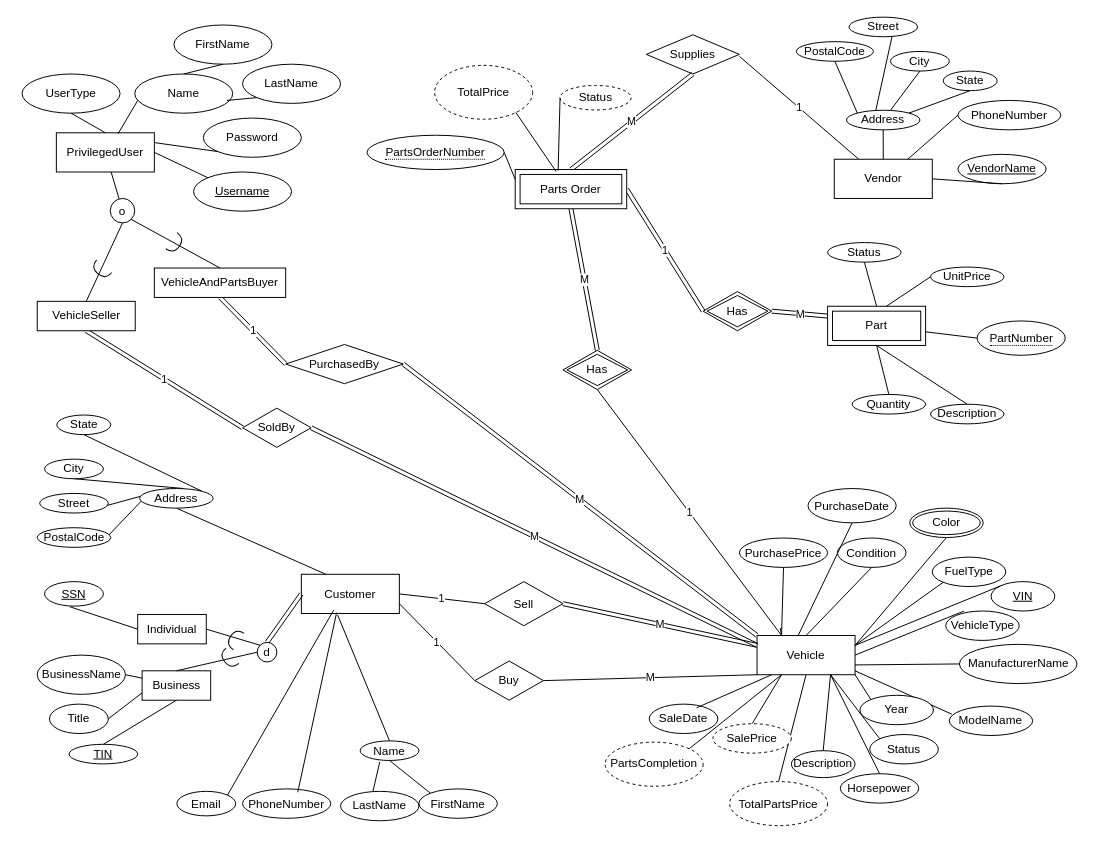
Before: Phase_1/team006_p1_eer.drawio in rkang427/autodb, a draw.io diagram. Source tidied: cells renumbered, new cells numbered last; positions are measured from the earlier drawing's top-left corner, leaving out a move shared by most shapes. Both pictures are drawn from the tidied source at 98%, with x=0, y=0 at pixel (22, 17).
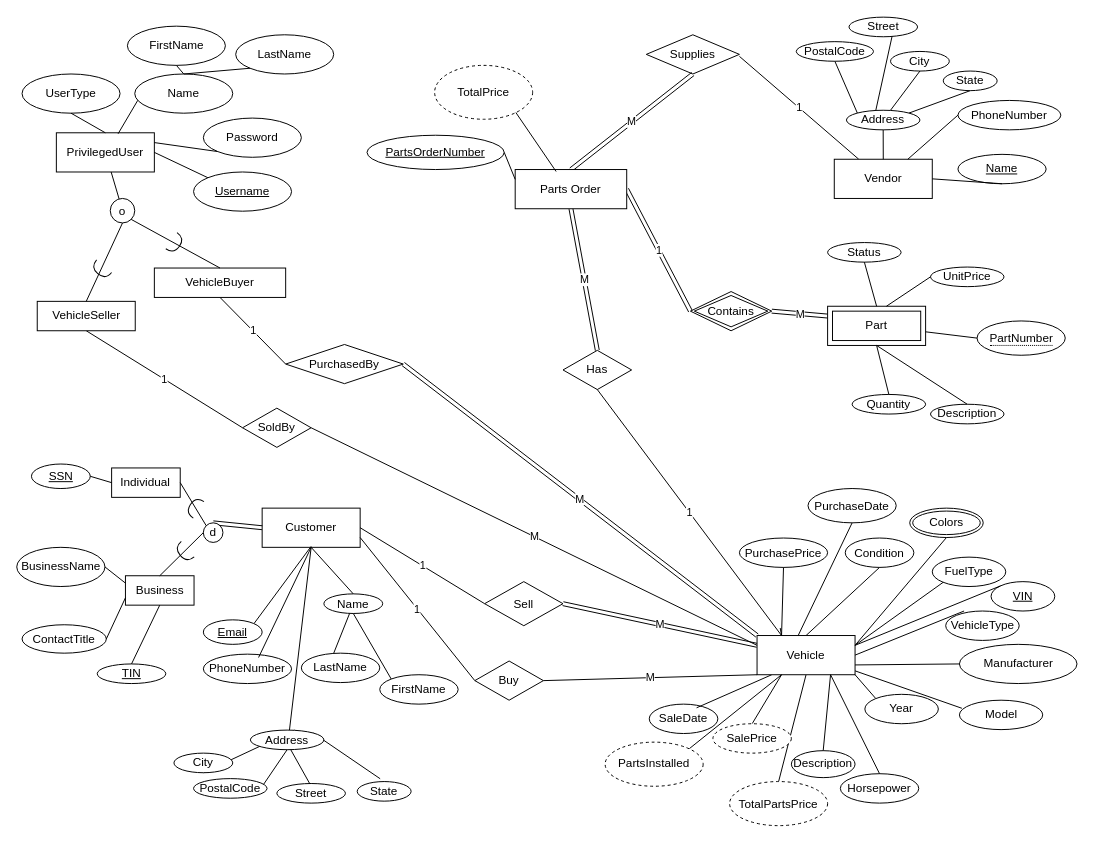
The same page after the edit.

Commit message (it also covers changes not shown here):
changes from team review at meeting

The change refers to these unchanged cells:
```xml
<mxCell id="41" value="Vehicle" style="whiteSpace=wrap;html=1;align=center;" parent="1" vertex="1">
  <mxGeometry x="750" y="631" width="100" height="40" as="geometry" />
</mxCell>
<mxCell id="77" value="SoldBy" style="shape=rhombus;perimeter=rhombusPerimeter;whiteSpace=wrap;html=1;align=center;" parent="1" vertex="1">
  <mxGeometry x="225" y="399" width="70" height="40" as="geometry" />
</mxCell>
<mxCell id="78" value="PurchasedBy" style="shape=rhombus;perimeter=rhombusPerimeter;whiteSpace=wrap;html=1;align=center;" parent="1" vertex="1">
  <mxGeometry x="269" y="334" width="120" height="40" as="geometry" />
</mxCell>
<mxCell id="81" value="VehicleSeller" style="whiteSpace=wrap;html=1;" parent="1" vertex="1">
  <mxGeometry x="15.5" y="290" width="100" height="30" as="geometry" />
</mxCell>
<mxCell id="98" value="Name" style="ellipse;whiteSpace=wrap;html=1;align=center;" parent="1" vertex="1">
  <mxGeometry x="115" y="58" width="100" height="40" as="geometry" />
</mxCell>
<mxCell id="119" style="group;" parent="1" vertex="1">
  <mxGeometry x="725" width="335" height="185" as="geometry" />
</mxCell>
```

Change to the diagram source:
```diff
@@
-    <mxCell id="2" style="endArrow=none;html=1;rounded=0;exitX=0;exitY=0;exitDx=0;exitDy=0;entryX=0.75;entryY=1;entryDx=0;entryDy=0;" parent="1" edge="1" source="72" target="41">
-      <mxGeometry relative="1" as="geometry" />
-    </mxCell>
@@
-    <mxCell id="5" style="endArrow=none;html=1;rounded=0;exitX=0.4;exitY=0;exitDx=0;exitDy=0;entryX=0.63;entryY=0.95;entryDx=0;entryDy=0;entryPerimeter=0;exitPerimeter=0;" parent="1" edge="1" source="36" target="37">
-      <mxGeometry relative="1" as="geometry" />
-    </mxCell>
-    <mxCell id="6" style="endArrow=none;html=1;rounded=0;exitX=0.5;exitY=1;exitDx=0;exitDy=0;entryX=0.6;entryY=0;entryDx=0;entryDy=0;entryPerimeter=0;" parent="1" edge="1" source="38" target="36">
-      <mxGeometry relative="1" as="geometry" />
-    </mxCell>
-    <mxCell id="7" style="endArrow=none;html=1;rounded=0;exitX=0.5;exitY=1;exitDx=0;exitDy=0;entryX=1;entryY=0;entryDx=0;entryDy=0;" parent="1" edge="1" source="39" target="36">
-      <mxGeometry relative="1" as="geometry" />
-    </mxCell>
-    <mxCell id="8" style="endArrow=none;html=1;rounded=0;exitX=0;exitY=0;exitDx=0;exitDy=0;entryX=1;entryY=1;entryDx=0;entryDy=0;" parent="1" edge="1" source="36" target="40">
-      <mxGeometry relative="1" as="geometry" />
-    </mxCell>
@@
     <mxCell id="10" value="Customer" style="whiteSpace=wrap;html=1;align=center;" parent="1" vertex="1">
-      <mxGeometry x="285" y="568.5" width="100" height="40" as="geometry" />
+      <mxGeometry x="245" y="501" width="100" height="40" as="geometry" />
     </mxCell>
-    <mxCell id="11" style="endArrow=none;html=1;rounded=0;exitX=0.25;exitY=0;exitDx=0;exitDy=0;entryX=0.5;entryY=1;entryDx=0;entryDy=0;" parent="1" edge="1" source="10" target="36">
-      <mxGeometry relative="1" as="geometry" />
-    </mxCell>
-    <mxCell id="12" value="Email" style="ellipse;whiteSpace=wrap;html=1;align=center;" parent="1" vertex="1">
-      <mxGeometry x="158" y="790" width="60" height="25" as="geometry" />
+    <mxCell id="12" value="&lt;u&gt;Email&lt;/u&gt;" style="ellipse;whiteSpace=wrap;html=1;align=center;" parent="1" vertex="1">
+      <mxGeometry x="185" y="615" width="60" height="25" as="geometry" />
     </mxCell>
-    <mxCell id="13" style="endArrow=none;html=1;rounded=0;entryX=1;entryY=0;entryDx=0;entryDy=0;exitX=0.33;exitY=0.913;exitDx=0;exitDy=0;exitPerimeter=0;" parent="1" edge="1" source="10" target="12">
-      <mxGeometry relative="1" as="geometry" />
+    <mxCell id="13" style="endArrow=none;html=1;rounded=0;entryX=1;entryY=0;entryDx=0;entryDy=0;" parent="1" edge="1" target="12">
+      <mxGeometry relative="1" as="geometry">
+        <mxPoint x="295" y="540" as="sourcePoint" />
+      </mxGeometry>
     </mxCell>
     <mxCell id="14" value="Name" style="ellipse;whiteSpace=wrap;html=1;align=center;" parent="1" vertex="1">
-      <mxGeometry x="345" y="738.5" width="60" height="20" as="geometry" />
+      <mxGeometry x="308" y="588.5" width="60" height="20" as="geometry" />
     </mxCell>
     <mxCell id="15" value="FirstName" style="ellipse;whiteSpace=wrap;html=1;align=center;" parent="1" vertex="1">
-      <mxGeometry x="405" y="787.5" width="80" height="30" as="geometry" />
+      <mxGeometry x="365" y="671" width="80" height="30" as="geometry" />
     </mxCell>
     <mxCell id="16" value="LastName" style="ellipse;whiteSpace=wrap;html=1;align=center;" parent="1" vertex="1">
-      <mxGeometry x="325" y="790" width="80" height="30" as="geometry" />
+      <mxGeometry x="285" y="649" width="80" height="30" as="geometry" />
     </mxCell>
-    <mxCell id="17" style="endArrow=none;html=1;rounded=0;entryX=0.5;entryY=0;entryDx=0;entryDy=0;" parent="1" edge="1" target="14">
-      <mxGeometry relative="1" as="geometry">
-        <mxPoint x="322" y="610" as="sourcePoint" />
-      </mxGeometry>
+    <mxCell id="17" style="endArrow=none;html=1;rounded=0;entryX=0.5;entryY=0;entryDx=0;entryDy=0;exitX=0.5;exitY=1;exitDx=0;exitDy=0;" parent="1" edge="1" source="10" target="14">
+      <mxGeometry relative="1" as="geometry" />
     </mxCell>
-    <mxCell id="18" style="endArrow=none;html=1;rounded=0;entryX=0.413;entryY=0;entryDx=0;entryDy=0;entryPerimeter=0;" parent="1" edge="1" target="16">
-      <mxGeometry relative="1" as="geometry">
-        <mxPoint x="365" y="760" as="sourcePoint" />
-      </mxGeometry>
+    <mxCell id="18" style="endArrow=none;html=1;rounded=0;entryX=0.413;entryY=0;entryDx=0;entryDy=0;entryPerimeter=0;" parent="1" edge="1" source="14" target="16">
+      <mxGeometry relative="1" as="geometry" />
     </mxCell>
@@
     <mxCell id="28" value="Condition" style="ellipse;whiteSpace=wrap;html=1;align=center;" parent="1" vertex="1">
-      <mxGeometry x="832" y="531.5" width="70" height="30" as="geometry" />
+      <mxGeometry x="840" y="531.5" width="70" height="30" as="geometry" />
     </mxCell>
@@
-    <mxCell id="35" value="Has" style="shape=rhombus;double=1;perimeter=rhombusPerimeter;whiteSpace=wrap;html=1;align=center;" parent="1" vertex="1">
+    <mxCell id="35" value="Has" style="shape=rhombus;double=0;perimeter=rhombusPerimeter;whiteSpace=wrap;html=1;align=center;" parent="1" vertex="1">
       <mxGeometry x="552" y="340" width="70" height="40" as="geometry" />
     </mxCell>
-    <mxCell id="36" value="Address" style="ellipse;whiteSpace=wrap;html=1;align=center;" parent="1" vertex="1">
-      <mxGeometry x="120" y="481" width="75" height="20" as="geometry" />
-    </mxCell>
-    <mxCell id="37" value="Street" style="ellipse;whiteSpace=wrap;html=1;align=center;" parent="1" vertex="1">
-      <mxGeometry x="18" y="486" width="70" height="20" as="geometry" />
-    </mxCell>
-    <mxCell id="38" value="City" style="ellipse;whiteSpace=wrap;html=1;align=center;" parent="1" vertex="1">
-      <mxGeometry x="23" y="451" width="60" height="20" as="geometry" />
-    </mxCell>
-    <mxCell id="39" value="State" style="ellipse;whiteSpace=wrap;html=1;align=center;" parent="1" vertex="1">
-      <mxGeometry x="35.5" y="406" width="55" height="20" as="geometry" />
-    </mxCell>
-    <mxCell id="40" value="PostalCode" style="ellipse;whiteSpace=wrap;html=1;align=center;" parent="1" vertex="1">
-      <mxGeometry x="15.5" y="521" width="75" height="20" as="geometry" />
-    </mxCell>
@@
-    <mxCell id="44" value="ManufacturerName" style="ellipse;whiteSpace=wrap;html=1;align=center;" parent="1" vertex="1">
+    <mxCell id="44" value="Manufacturer" style="ellipse;whiteSpace=wrap;html=1;align=center;" parent="1" vertex="1">
       <mxGeometry x="956.5" y="640" width="120" height="40" as="geometry" />
     </mxCell>
@@
-    <mxCell id="46" value="ModelName" style="ellipse;whiteSpace=wrap;html=1;align=center;" parent="1" vertex="1">
-      <mxGeometry x="946.2" y="703" width="85" height="30" as="geometry" />
+    <mxCell id="46" value="Model" style="ellipse;whiteSpace=wrap;html=1;align=center;" parent="1" vertex="1">
+      <mxGeometry x="956.5" y="697" width="85" height="30" as="geometry" />
     </mxCell>
     <mxCell id="47" value="Year" style="ellipse;whiteSpace=wrap;html=1;align=center;" parent="1" vertex="1">
-      <mxGeometry x="855" y="692" width="75" height="30" as="geometry" />
+      <mxGeometry x="860" y="691" width="75" height="30" as="geometry" />
     </mxCell>
-    <mxCell id="48" value="Color" style="ellipse;shape=doubleEllipse;margin=3;whiteSpace=wrap;html=1;align=center;" parent="1" vertex="1">
+    <mxCell id="48" value="Colors" style="ellipse;shape=doubleEllipse;margin=3;whiteSpace=wrap;html=1;align=center;" parent="1" vertex="1">
       <mxGeometry x="905.8" y="501" width="75" height="30" as="geometry" />
     </mxCell>
@@
-    <mxCell id="60" value="Has" style="shape=rhombus;double=1;perimeter=rhombusPerimeter;whiteSpace=wrap;html=1;align=center;" parent="1" vertex="1">
-      <mxGeometry x="695" y="280" width="70" height="40" as="geometry" />
+    <mxCell id="60" value="Contains" style="shape=rhombus;double=1;perimeter=rhombusPerimeter;whiteSpace=wrap;html=1;align=center;" parent="1" vertex="1">
+      <mxGeometry x="682" y="280" width="83" height="40" as="geometry" />
     </mxCell>
@@
-    <mxCell id="68" value="M" style="rounded=0;jettySize=auto;html=1;exitX=0;exitY=0.25;exitDx=0;exitDy=0;endArrow=none;endFill=0;strokeWidth=1;entryX=1;entryY=0.5;entryDx=0;entryDy=0;shape=link;" parent="1" edge="1" source="41" target="77">
+    <mxCell id="68" value="M" style="rounded=0;jettySize=auto;html=1;exitX=0;exitY=0.25;exitDx=0;exitDy=0;endArrow=none;endFill=0;strokeWidth=1;entryX=1;entryY=0.5;entryDx=0;entryDy=0;" parent="1" edge="1" source="41" target="77">
       <mxGeometry relative="1" as="geometry" />
     </mxCell>
@@
-    <mxCell id="70" value="PartsCompletion" style="ellipse;whiteSpace=wrap;html=1;align=center;dashed=1;" parent="1" vertex="1">
+    <mxCell id="70" value="PartsInstalled" style="ellipse;whiteSpace=wrap;html=1;align=center;dashed=1;" parent="1" vertex="1">
       <mxGeometry x="595" y="739.8" width="100" height="45" as="geometry" />
     </mxCell>
@@
-    <mxCell id="72" value="Status" style="ellipse;whiteSpace=wrap;html=1;align=center;" parent="1" vertex="1">
-      <mxGeometry x="865" y="732" width="70" height="30" as="geometry" />
-    </mxCell>
     <mxCell id="73" value="PhoneNumber" style="ellipse;whiteSpace=wrap;html=1;align=center;" parent="1" vertex="1">
-      <mxGeometry x="225" y="787.5" width="90" height="30" as="geometry" />
+      <mxGeometry x="185" y="650" width="90" height="30" as="geometry" />
     </mxCell>
-    <mxCell id="74" style="endArrow=none;html=1;rounded=0;entryX=0.626;entryY=0.115;entryDx=0;entryDy=0;exitX=0.36;exitY=0.975;exitDx=0;exitDy=0;exitPerimeter=0;entryPerimeter=0;" parent="1" edge="1" source="10" target="73">
+    <mxCell id="74" style="endArrow=none;html=1;rounded=0;entryX=0.626;entryY=0.115;entryDx=0;entryDy=0;exitX=0.5;exitY=1;exitDx=0;exitDy=0;entryPerimeter=0;" parent="1" edge="1" source="10" target="73">
       <mxGeometry relative="1" as="geometry" />
     </mxCell>
@@
-    <mxCell id="79" value="1" style="rounded=0;jettySize=auto;html=1;exitX=0.5;exitY=1;exitDx=0;exitDy=0;endArrow=none;endFill=0;strokeWidth=1;entryX=0;entryY=0.5;entryDx=0;entryDy=0;shape=link;" parent="1" edge="1" source="81" target="77">
+    <mxCell id="79" value="1" style="rounded=0;jettySize=auto;html=1;exitX=0.5;exitY=1;exitDx=0;exitDy=0;endArrow=none;endFill=0;strokeWidth=1;entryX=0;entryY=0.5;entryDx=0;entryDy=0;" parent="1" edge="1" source="81" target="77">
       <mxGeometry relative="1" as="geometry" />
     </mxCell>
-    <mxCell id="80" value="1" style="rounded=0;jettySize=auto;html=1;exitX=0.5;exitY=1;exitDx=0;exitDy=0;endArrow=none;endFill=0;entryX=0;entryY=0.5;entryDx=0;entryDy=0;strokeWidth=1;shape=link;" parent="1" edge="1" source="112" target="78">
+    <mxCell id="80" value="1" style="rounded=0;jettySize=auto;html=1;exitX=0.5;exitY=1;exitDx=0;exitDy=0;endArrow=none;endFill=0;entryX=0;entryY=0.5;entryDx=0;entryDy=0;strokeWidth=1;" parent="1" edge="1" source="112" target="78">
       <mxGeometry relative="1" as="geometry" />
     </mxCell>
@@
     <mxCell id="82" value="Individual" style="whiteSpace=wrap;html=1;align=center;" parent="1" vertex="1">
-      <mxGeometry x="118" y="609.5" width="70" height="30" as="geometry" />
+      <mxGeometry x="91.4" y="460" width="70" height="30" as="geometry" />
     </mxCell>
     <mxCell id="83" value="Business" style="whiteSpace=wrap;html=1;align=center;" parent="1" vertex="1">
-      <mxGeometry x="122.5" y="667" width="70" height="30" as="geometry" />
+      <mxGeometry x="105.5" y="570" width="70" height="30" as="geometry" />
     </mxCell>
     <mxCell id="84" value="SSN" style="ellipse;whiteSpace=wrap;html=1;align=center;fontStyle=4;" parent="1" vertex="1">
-      <mxGeometry x="23" y="576" width="60" height="25" as="geometry" />
+      <mxGeometry x="9.6" y="456" width="60" height="25" as="geometry" />
     </mxCell>
     <mxCell id="85" value="TIN" style="ellipse;whiteSpace=wrap;html=1;align=center;fontStyle=4;" parent="1" vertex="1">
-      <mxGeometry x="48" y="742" width="70" height="20" as="geometry" />
+      <mxGeometry x="76.7" y="660" width="70" height="20" as="geometry" />
     </mxCell>
@@
-    <mxCell id="87" style="endArrow=none;html=1;rounded=0;exitX=0.43;exitY=1.025;exitDx=0;exitDy=0;entryX=0;entryY=0.5;entryDx=0;entryDy=0;exitPerimeter=0;" parent="1" edge="1" source="84" target="82">
+    <mxCell id="87" style="endArrow=none;html=1;rounded=0;exitX=1;exitY=0.5;exitDx=0;exitDy=0;entryX=0;entryY=0.5;entryDx=0;entryDy=0;" parent="1" edge="1" source="84" target="82">
       <mxGeometry relative="1" as="geometry" />
     </mxCell>
     <mxCell id="88" value="BusinessName" style="ellipse;whiteSpace=wrap;html=1;align=center;" parent="1" vertex="1">
-      <mxGeometry x="15.5" y="651" width="90" height="40" as="geometry" />
+      <mxGeometry x="-5.4" y="541" width="90" height="40" as="geometry" />
     </mxCell>
-    <mxCell id="89" value="Title" style="ellipse;whiteSpace=wrap;html=1;align=center;" parent="1" vertex="1">
-      <mxGeometry x="28" y="701" width="60" height="30" as="geometry" />
+    <mxCell id="89" value="ContactTitle" style="ellipse;whiteSpace=wrap;html=1;align=center;" parent="1" vertex="1">
+      <mxGeometry y="620" width="86" height="29" as="geometry" />
     </mxCell>
@@
     <mxCell id="92" value="d" style="ellipse;whiteSpace=wrap;html=1;" parent="1" vertex="1">
-      <mxGeometry x="240" y="638" width="20" height="20" as="geometry" />
+      <mxGeometry x="185" y="516" width="20" height="20" as="geometry" />
     </mxCell>
@@
     <mxCell id="95" style="shape=requiredInterface;html=1;verticalLabelPosition=bottom;sketch=0;rotation=213;" parent="1" vertex="1">
-      <mxGeometry x="212" y="624.5" width="10" height="20" as="geometry" />
+      <mxGeometry x="171" y="490" width="10" height="20" as="geometry" />
     </mxCell>
     <mxCell id="96" style="shape=requiredInterface;html=1;verticalLabelPosition=bottom;sketch=0;rotation=-130;direction=north;" parent="1" vertex="1">
-      <mxGeometry x="200.6" y="649.8" width="20.5" height="10" as="geometry" />
+      <mxGeometry x="155" y="541" width="20.5" height="10" as="geometry" />
     </mxCell>
@@
     <mxCell id="103" value="FirstName" style="ellipse;whiteSpace=wrap;html=1;align=center;" parent="1" vertex="1">
-      <mxGeometry x="155" y="8" width="100" height="40" as="geometry" />
+      <mxGeometry x="107.5" y="9.2" width="100" height="40" as="geometry" />
     </mxCell>
     <mxCell id="104" value="LastName" style="ellipse;whiteSpace=wrap;html=1;align=center;" parent="1" vertex="1">
-      <mxGeometry x="225" y="48" width="100" height="40" as="geometry" />
+      <mxGeometry x="218" y="18" width="100" height="40" as="geometry" />
     </mxCell>
-    <mxCell id="105" style="endArrow=none;html=1;rounded=0;entryX=0;entryY=1;entryDx=0;entryDy=0;exitX=0.94;exitY=0.675;exitDx=0;exitDy=0;exitPerimeter=0;" parent="1" edge="1" source="98" target="104">
+    <mxCell id="105" style="endArrow=none;html=1;rounded=0;entryX=0;entryY=1;entryDx=0;entryDy=0;exitX=0.5;exitY=0;exitDx=0;exitDy=0;" parent="1" edge="1" source="98" target="104">
       <mxGeometry relative="1" as="geometry" />
     </mxCell>
@@
-    <mxCell id="112" value="VehicleAndPartsBuyer" style="whiteSpace=wrap;html=1;" parent="1" vertex="1">
+    <mxCell id="112" value="VehicleBuyer" style="whiteSpace=wrap;html=1;" parent="1" vertex="1">
       <mxGeometry x="135" y="256" width="134" height="30" as="geometry" />
     </mxCell>
@@
-    <mxCell id="121" value="VendorName" style="ellipse;whiteSpace=wrap;html=1;align=center;fontStyle=4;" parent="119" vertex="1">
+    <mxCell id="121" value="Name" style="ellipse;whiteSpace=wrap;html=1;align=center;fontStyle=4;" parent="119" vertex="1">
       <mxGeometry x="230" y="140" width="90" height="30" as="geometry" />
     </mxCell>
@@
-    <mxCell id="135" style="group;" parent="1" vertex="1">
-      <mxGeometry x="352" y="49.2" width="269.5" height="156.3" as="geometry" />
-    </mxCell>
-    <mxCell id="136" value="Parts Order" style="shape=ext;margin=3;double=1;whiteSpace=wrap;html=1;align=center;" parent="135" vertex="1">
-      <mxGeometry x="151.2" y="106.3" width="113.8" height="40" as="geometry" />
-    </mxCell>
-    <mxCell id="137" value="&lt;span style=&quot;border-bottom: 1px dotted&quot;&gt;PartsOrderNumber&lt;/span&gt;" style="ellipse;whiteSpace=wrap;html=1;align=center;" parent="135" vertex="1">
-      <mxGeometry y="71.3" width="140" height="35" as="geometry" />
-    </mxCell>
-    <mxCell id="138" style="endArrow=none;html=1;rounded=0;exitX=1;exitY=0.5;exitDx=0;exitDy=0;entryX=0;entryY=0.25;entryDx=0;entryDy=0;" parent="135" edge="1" source="137" target="136">
-      <mxGeometry relative="1" as="geometry" />
-    </mxCell>
-    <mxCell id="139" style="endArrow=none;html=1;rounded=0;exitX=0.367;exitY=0.05;exitDx=0;exitDy=0;exitPerimeter=0;entryX=0.5;entryY=0;entryDx=0;entryDy=0;" parent="135" edge="1" source="136" target="140">
-      <mxGeometry relative="1" as="geometry" />
-    </mxCell>
-    <mxCell id="140" value="TotalPrice" style="ellipse;whiteSpace=wrap;html=1;align=center;dashed=1;" parent="135" vertex="1">
-      <mxGeometry x="69" width="100" height="55" as="geometry" />
-    </mxCell>
-    <mxCell id="141" style="endArrow=none;html=1;rounded=0;entryX=0.385;entryY=0.025;entryDx=0;entryDy=0;exitX=0;exitY=0.5;exitDx=0;exitDy=0;entryPerimeter=0;" parent="135" edge="1" source="142" target="136">
-      <mxGeometry relative="1" as="geometry" />
-    </mxCell>
-    <mxCell id="142" value="Status" style="ellipse;whiteSpace=wrap;html=1;align=center;dashed=1;" parent="135" vertex="1">
-      <mxGeometry x="197" y="20.5" width="72.5" height="25" as="geometry" />
-    </mxCell>
@@
+    <mxCell id="155" style="group;" parent="1" vertex="1">
+      <mxGeometry x="352" y="49.2" width="265" height="146.3" as="geometry" />
+    </mxCell>
+    <mxCell id="136" value="Parts Order" style="shape=ext;margin=3;double=0;whiteSpace=wrap;html=1;align=center;" parent="155" vertex="1">
+      <mxGeometry x="151.2" y="106.3" width="113.8" height="40" as="geometry" />
+    </mxCell>
+    <mxCell id="137" value="&lt;u&gt;PartsOrderNumber&lt;/u&gt;" style="ellipse;whiteSpace=wrap;html=1;align=center;" parent="155" vertex="1">
+      <mxGeometry y="71.3" width="140" height="35" as="geometry" />
+    </mxCell>
+    <mxCell id="138" style="endArrow=none;html=1;rounded=0;exitX=1;exitY=0.5;exitDx=0;exitDy=0;entryX=0;entryY=0.25;entryDx=0;entryDy=0;" parent="155" edge="1" source="137" target="136">
+      <mxGeometry relative="1" as="geometry" />
+    </mxCell>
+    <mxCell id="139" style="endArrow=none;html=1;rounded=0;exitX=0.367;exitY=0.05;exitDx=0;exitDy=0;exitPerimeter=0;entryX=0.5;entryY=0;entryDx=0;entryDy=0;" parent="155" edge="1" source="136" target="140">
+      <mxGeometry relative="1" as="geometry" />
+    </mxCell>
+    <mxCell id="140" value="TotalPrice" style="ellipse;whiteSpace=wrap;html=1;align=center;dashed=1;" parent="155" vertex="1">
+      <mxGeometry x="69" width="100" height="55" as="geometry" />
+    </mxCell>
+    <mxCell id="39" value="State" style="ellipse;whiteSpace=wrap;html=1;align=center;" parent="1" vertex="1">
+      <mxGeometry x="342" y="780" width="55" height="20" as="geometry" />
+    </mxCell>
+    <mxCell id="7" style="endArrow=none;html=1;rounded=0;exitX=0.426;exitY=-0.143;exitDx=0;exitDy=0;entryX=1;entryY=0;entryDx=0;entryDy=0;exitPerimeter=0;" parent="1" edge="1" source="39" target="36">
+      <mxGeometry relative="1" as="geometry" />
+    </mxCell>
+    <mxCell id="5" style="endArrow=none;html=1;rounded=0;exitX=0.4;exitY=0;exitDx=0;exitDy=0;entryX=0.63;entryY=0.95;entryDx=0;entryDy=0;entryPerimeter=0;exitPerimeter=0;" parent="1" edge="1" source="36" target="37">
+      <mxGeometry relative="1" as="geometry" />
+    </mxCell>
+    <mxCell id="6" style="endArrow=none;html=1;rounded=0;exitX=0.5;exitY=1;exitDx=0;exitDy=0;entryX=0.6;entryY=0;entryDx=0;entryDy=0;entryPerimeter=0;" parent="1" edge="1" source="38" target="36">
+      <mxGeometry relative="1" as="geometry" />
+    </mxCell>
+    <mxCell id="8" style="endArrow=none;html=1;rounded=0;exitX=0.5;exitY=1;exitDx=0;exitDy=0;entryX=1;entryY=1;entryDx=0;entryDy=0;" parent="1" edge="1" source="36" target="40">
+      <mxGeometry relative="1" as="geometry" />
+    </mxCell>
+    <mxCell id="11" style="endArrow=none;html=1;rounded=0;entryX=0.5;entryY=1;entryDx=0;entryDy=0;exitX=0.5;exitY=1;exitDx=0;exitDy=0;" parent="1" edge="1" source="10" target="36">
+      <mxGeometry relative="1" as="geometry" />
+    </mxCell>
+    <mxCell id="36" value="Address" style="ellipse;whiteSpace=wrap;html=1;align=center;" parent="1" vertex="1">
+      <mxGeometry x="233" y="727.5" width="75" height="20" as="geometry" />
+    </mxCell>
+    <mxCell id="37" value="Street" style="ellipse;whiteSpace=wrap;html=1;align=center;" parent="1" vertex="1">
+      <mxGeometry x="260" y="782" width="70" height="20" as="geometry" />
+    </mxCell>
+    <mxCell id="38" value="City" style="ellipse;whiteSpace=wrap;html=1;align=center;" parent="1" vertex="1">
+      <mxGeometry x="155" y="751" width="60" height="20" as="geometry" />
+    </mxCell>
+    <mxCell id="40" value="PostalCode" style="ellipse;whiteSpace=wrap;html=1;align=center;" parent="1" vertex="1">
+      <mxGeometry x="175" y="777" width="75" height="20" as="geometry" />
+    </mxCell>
```
